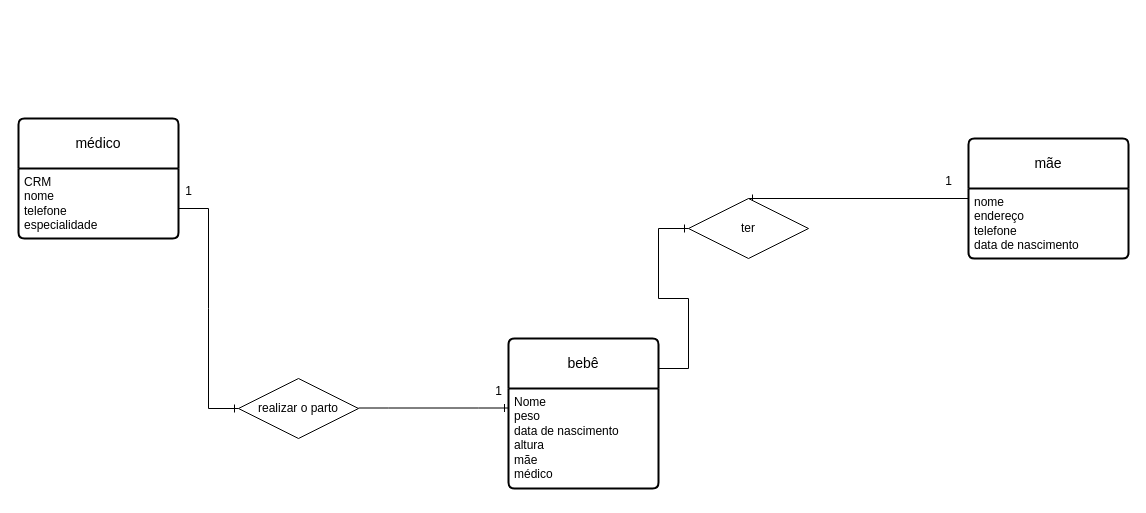
The draw.io diagram bercário.drawio in biacapist1224/Diagramas, before the edit. Source tidied: cells renumbered, new cells numbered last; positions are measured from the earlier drawing's top-left corner, leaving out a move shared by most shapes. Both pictures are drawn from the tidied source at 100%, with x=0, y=0 at pixel (18, 118).
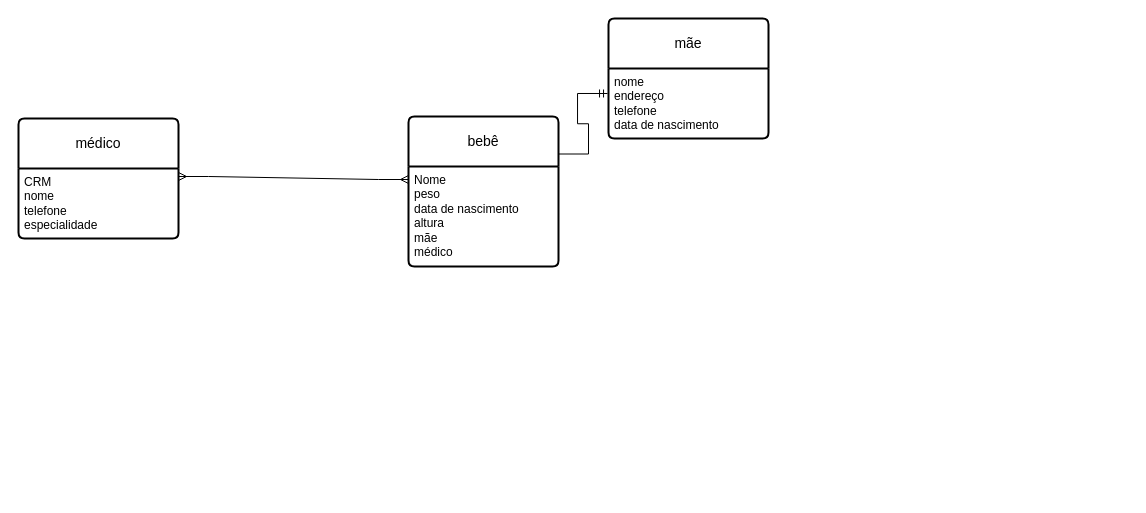
The same diagram, later.

The change refers to these unchanged cells:
```xml
<mxCell id="6" value="&lt;div&gt;nome &lt;br&gt;&lt;/div&gt;&lt;div&gt;endereço&lt;/div&gt;&lt;div&gt;telefone &lt;br&gt;&lt;/div&gt;&lt;div&gt;data de nascimento&lt;br&gt;&lt;/div&gt;" style="align=left;strokeColor=none;fillColor=none;spacingLeft=4;fontSize=12;verticalAlign=top;html=1;" parent="5" vertex="1">
  <mxGeometry y="50" width="160" height="70" as="geometry" />
</mxCell>
<mxCell id="8" value="&lt;div&gt;Nome&lt;/div&gt;&lt;div&gt;peso&lt;/div&gt;&lt;div&gt;data de nascimento&lt;/div&gt;&lt;div&gt;altura&lt;/div&gt;&lt;div&gt;mãe&lt;/div&gt;&lt;div&gt;médico&lt;br&gt;&lt;/div&gt;&lt;div&gt;&lt;br&gt;&lt;/div&gt;" style="align=left;strokeColor=none;fillColor=none;spacingLeft=4;fontSize=12;verticalAlign=top;html=1;" parent="7" vertex="1">
  <mxGeometry y="50" width="150" height="100" as="geometry" />
</mxCell>
```

The edit, as a diff of the source:
```diff
@@
-    <mxCell id="2" style="edgeStyle=entityRelationEdgeStyle;fontSize=12;html=1;endArrow=ERone;endFill=1;rounded=0;fontStyle=0;entryX=0.5;entryY=0;entryDx=0;entryDy=0;" parent="1" edge="1" target="13">
-      <mxGeometry relative="1" as="geometry">
-        <mxPoint x="920" y="80" as="sourcePoint" />
-        <Array as="points">
-          <mxPoint x="530" y="50" />
-        </Array>
-      </mxGeometry>
-    </mxCell>
@@
     <mxCell id="5" value="mãe" style="swimlane;horizontal=1;startSize=50;rounded=1;fontSize=14;fontStyle=0;strokeWidth=2;shadow=0;dashed=0;align=center;arcSize=4;whiteSpace=wrap;html=1;" parent="1" vertex="1">
-      <mxGeometry x="950" y="20" width="160" height="120" as="geometry" />
+      <mxGeometry x="590" y="-100" width="160" height="120" as="geometry" />
     </mxCell>
@@
     <mxCell id="7" value="bebê" style="swimlane;horizontal=1;startSize=50;rounded=1;fontSize=14;fontStyle=0;strokeWidth=2;shadow=0;dashed=0;align=center;arcSize=4;whiteSpace=wrap;html=1;" parent="1" vertex="1">
-      <mxGeometry x="490" y="220" width="150" height="150" as="geometry" />
+      <mxGeometry x="390" y="-2" width="150" height="150" as="geometry" />
     </mxCell>
@@
-    <mxCell id="9" style="edgeStyle=entityRelationEdgeStyle;fontSize=12;html=1;endArrow=ERone;endFill=1;rounded=0;" parent="1" edge="1">
-      <mxGeometry relative="1" as="geometry">
-        <mxPoint x="160" y="90" as="sourcePoint" />
-        <mxPoint x="220" y="290" as="targetPoint" />
-      </mxGeometry>
-    </mxCell>
-    <mxCell id="10" value="realizar o parto" style="shape=rhombus;perimeter=rhombusPerimeter;whiteSpace=wrap;html=1;align=center;" parent="1" vertex="1">
-      <mxGeometry x="220" y="260" width="120" height="60" as="geometry" />
-    </mxCell>
-    <mxCell id="11" style="edgeStyle=entityRelationEdgeStyle;fontSize=12;html=1;endArrow=ERone;endFill=1;rounded=0;" parent="1" edge="1">
-      <mxGeometry relative="1" as="geometry">
-        <mxPoint x="340" y="289.5" as="sourcePoint" />
-        <mxPoint x="490" y="289.5" as="targetPoint" />
-        <Array as="points">
-          <mxPoint x="430" y="289.5" />
-        </Array>
-      </mxGeometry>
-    </mxCell>
-    <mxCell id="12" style="edgeStyle=entityRelationEdgeStyle;fontSize=12;html=1;endArrow=ERone;endFill=1;rounded=0;" parent="1" edge="1">
-      <mxGeometry relative="1" as="geometry">
-        <mxPoint x="640" y="250" as="sourcePoint" />
-        <mxPoint x="670" y="110" as="targetPoint" />
-      </mxGeometry>
-    </mxCell>
-    <mxCell id="13" value="&lt;div&gt;ter&lt;/div&gt;" style="shape=rhombus;perimeter=rhombusPerimeter;whiteSpace=wrap;html=1;align=center;" parent="1" vertex="1">
-      <mxGeometry x="670" y="80" width="120" height="60" as="geometry" />
-    </mxCell>
-    <mxCell id="14" value="1" style="text;html=1;align=center;verticalAlign=middle;strokeColor=none;fillColor=none;" parent="1" vertex="1">
-      <mxGeometry x="155" y="58" width="30" height="30" as="geometry" />
-    </mxCell>
-    <mxCell id="15" value="1" style="text;html=1;align=center;verticalAlign=middle;strokeColor=none;fillColor=none;" parent="1" vertex="1">
-      <mxGeometry x="465" y="258" width="30" height="30" as="geometry" />
-    </mxCell>
-    <mxCell id="16" value="1" style="text;html=1;align=center;verticalAlign=middle;strokeColor=none;fillColor=none;" parent="1" vertex="1">
-      <mxGeometry x="915" y="48" width="30" height="30" as="geometry" />
-    </mxCell>
+    <mxCell id="17" style="edgeStyle=entityRelationEdgeStyle;fontSize=12;html=1;endArrow=ERmany;startArrow=ERmany;rounded=0;exitX=1;exitY=0.25;exitDx=0;exitDy=0;entryX=0;entryY=0.13;entryDx=0;entryDy=0;entryPerimeter=0;" parent="1" edge="1" target="8">
+      <mxGeometry relative="1" as="geometry">
+        <mxPoint x="160" y="58" as="sourcePoint" />
+      </mxGeometry>
+    </mxCell>
+    <mxCell id="18" style="edgeStyle=entityRelationEdgeStyle;fontSize=12;html=1;endArrow=ERmandOne;rounded=0;exitX=1;exitY=0.25;exitDx=0;exitDy=0;entryX=-0.006;entryY=0.357;entryDx=0;entryDy=0;entryPerimeter=0;" parent="1" edge="1" source="7" target="6">
+      <mxGeometry relative="1" as="geometry" />
+    </mxCell>
```
